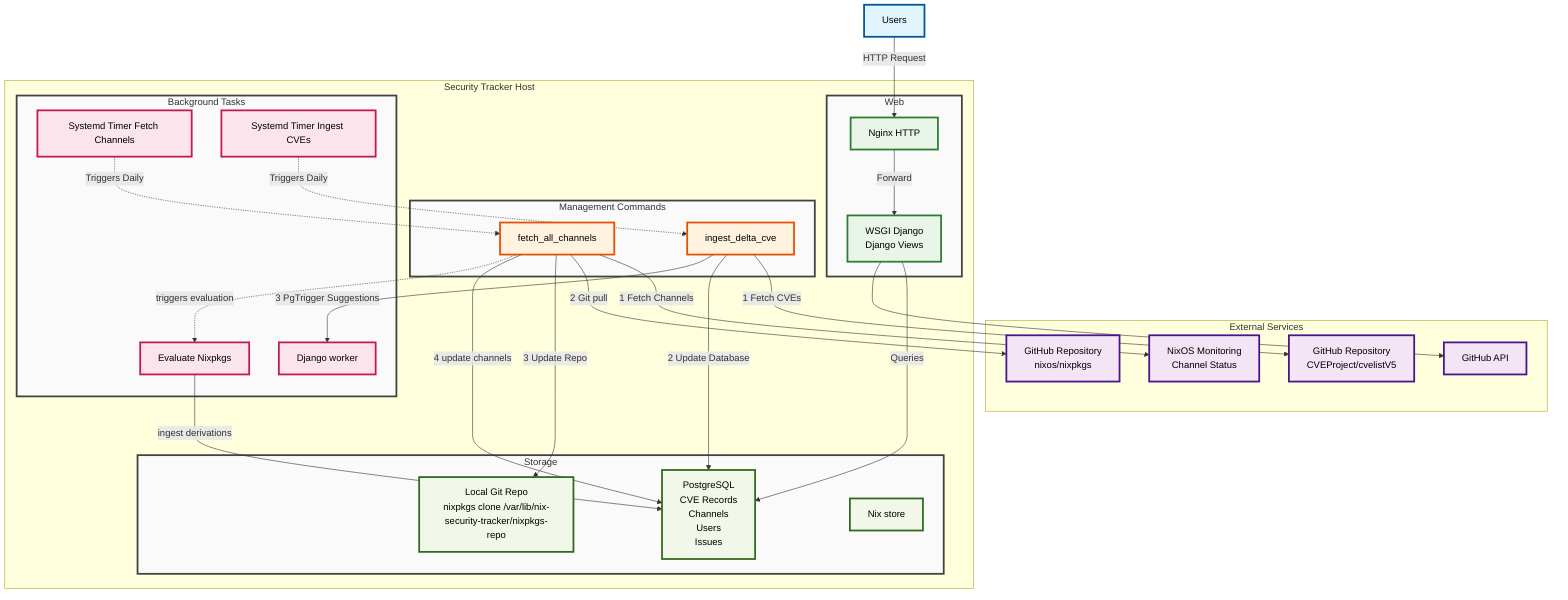
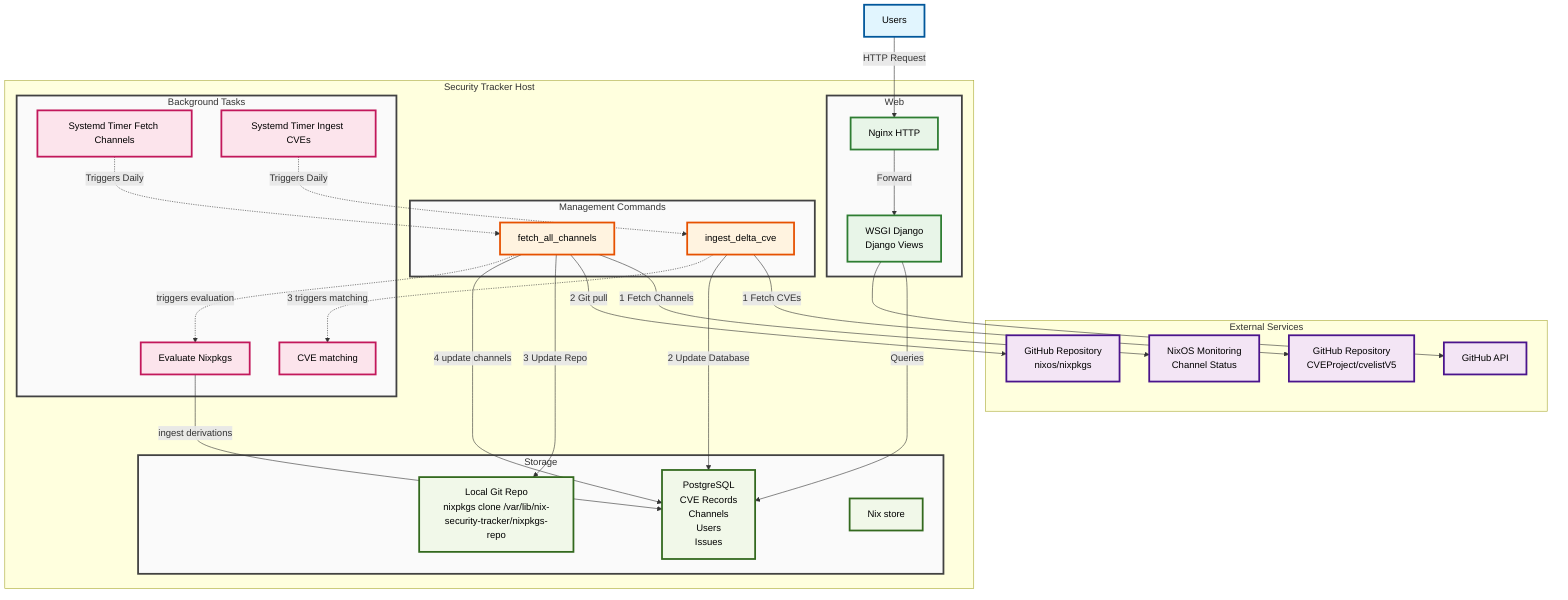
graph TB
    Users["Users"]

    subgraph External["External Services"]
        GitHub["GitHub API"]
        GitHubNixos["GitHub Repository<br/>nixos/nixpkgs"]
        GitHubCVEs["GitHub Repository<br/>CVEProject/cvelistV5"]
        NixMonitoring["NixOS Monitoring<br/>Channel Status"]
    end

    subgraph SecurityTracker ["Security Tracker Host"]
	  subgraph Web["Web"]
		  Nginx["Nginx HTTP"]
		  WSGI["WSGI Django<br/>Django Views"]
	  end

	  subgraph ManageCommands["Management Commands"]
		  FetchAllChannels["fetch_all_channels"]
		  IngestCVEs["ingest_delta_cve"]
	  end

	  subgraph Background["Background Tasks"]
		  SystemdTimerChannels["Systemd Timer Fetch Channels"]
		  SystemdTimerCVEs["Systemd Timer Ingest CVEs"]
          NixEval["Evaluate Nixpkgs"]
-           DjangoWorker["Django worker"]
+           MatchingListener["CVE matching"]
	  end

	  subgraph Storage["Storage"]
		  PostgreSQL["PostgreSQL<br/>CVE Records<br/>Channels<br/>Users<br/>Issues"]
		  LocalGitCheckout["Local Git Repo<br/>nixpkgs clone /var/lib/nix-security-tracker/nixpkgs-repo"]
		  NixStore["Nix store"]
	  end

    end

	%% User interactions
	Users -->|HTTP Request| Nginx -->|Forward| WSGI -->|Queries| PostgreSQL
    WSGI --> GitHub

    %% Timers
    SystemdTimerChannels -.->|Triggers Daily| FetchAllChannels
    FetchAllChannels -->|1 Fetch Channels| NixMonitoring
    FetchAllChannels -->|2 Git pull| GitHubNixos
    FetchAllChannels -->|3 Update Repo| LocalGitCheckout
    FetchAllChannels -->|4 update channels| PostgreSQL
    FetchAllChannels -.->|triggers evaluation| NixEval
    NixEval -->|ingest derivations| PostgreSQL

    SystemdTimerCVEs -.->|Triggers Daily| IngestCVEs
    IngestCVEs -->|1 Fetch CVEs| GitHubCVEs
    IngestCVEs -->|2 Update Database| PostgreSQL
-     IngestCVEs -->|3 PgTrigger Suggestions| DjangoWorker
+     IngestCVEs -.->|3 triggers matching| MatchingListener

  classDef userClass fill:#e1f5fe,stroke:#01579b,stroke-width:3px,color:#000
    classDef externalClass fill:#f3e5f5,stroke:#4a148c,stroke-width:3px,color:#000
    classDef webClass fill:#e8f5e8,stroke:#2e7d32,stroke-width:3px,color:#000
    classDef commandClass fill:#fff3e0,stroke:#e65100,stroke-width:3px,color:#000
    classDef backgroundClass fill:#fce4ec,stroke:#c2185b,stroke-width:3px,color:#000
    classDef storageClass fill:#f1f8e9,stroke:#33691e,stroke-width:3px,color:#000
    classDef subgraphClass fill:#fafafa,stroke:#424242,stroke-width:3px

    class Users userClass
    class GitHub,GitHubNixos,GitHubCVEs,NixMonitoring externalClass
    class Nginx,WSGI webClass
    class FetchAllChannels,IngestCVEs commandClass
-     class SystemdTimerChannels,SystemdTimerCVEs,NixEval,DjangoWorker backgroundClass
+     class SystemdTimerChannels,SystemdTimerCVEs,NixEval,MatchingListener backgroundClass
    class PostgreSQL,LocalGitCheckout,NixStore storageClass
    class Storage,Background,ManageCommands,Web subgraphClass
